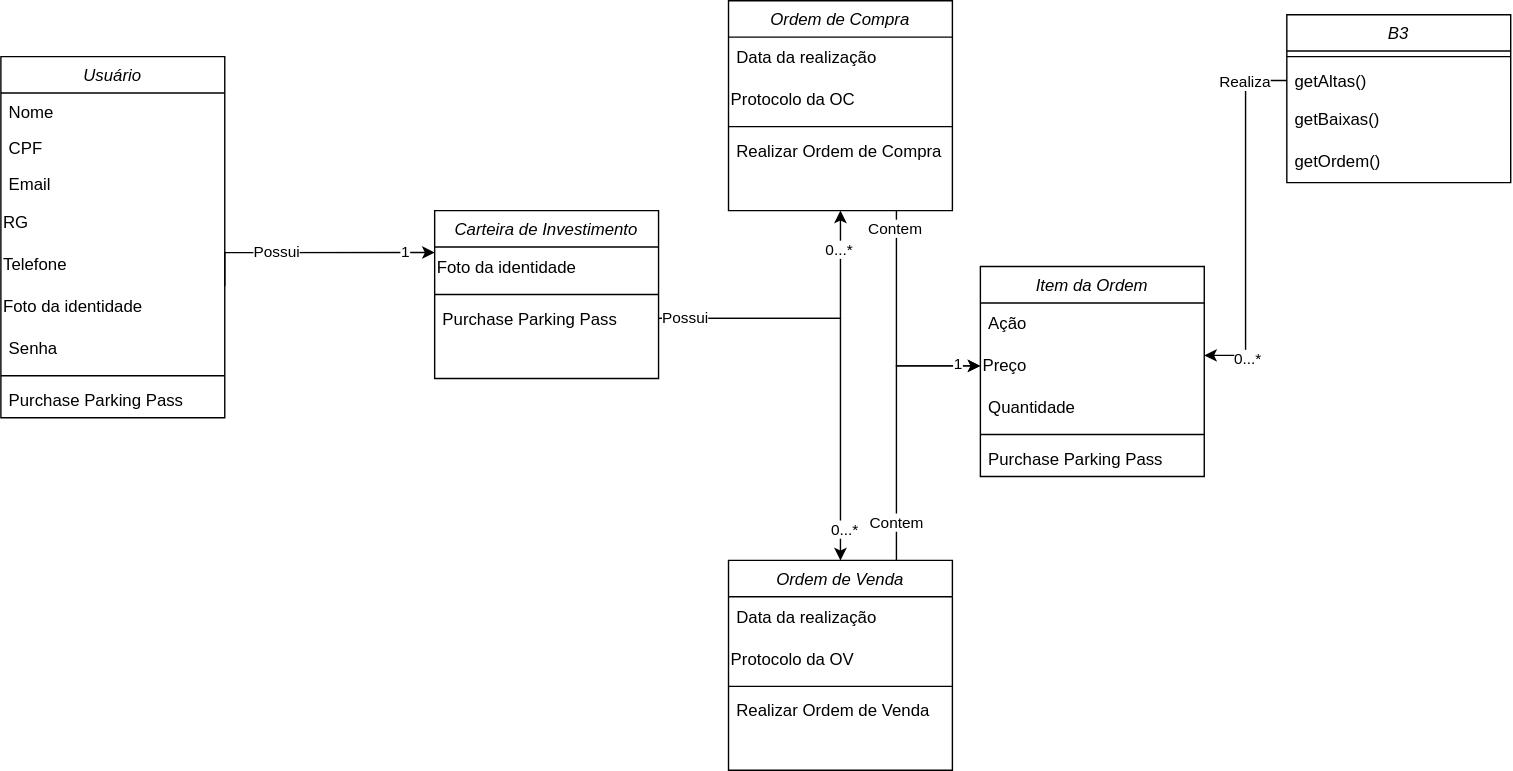
Earlier version of the draw.io export Diagrama de classe.drawio.svg (JesCat16/Projeto01_Modelagem_De_Software). Source tidied: cells renumbered, new cells last; positions are measured from the earlier drawing's top-left corner, leaving out a move shared by most shapes.
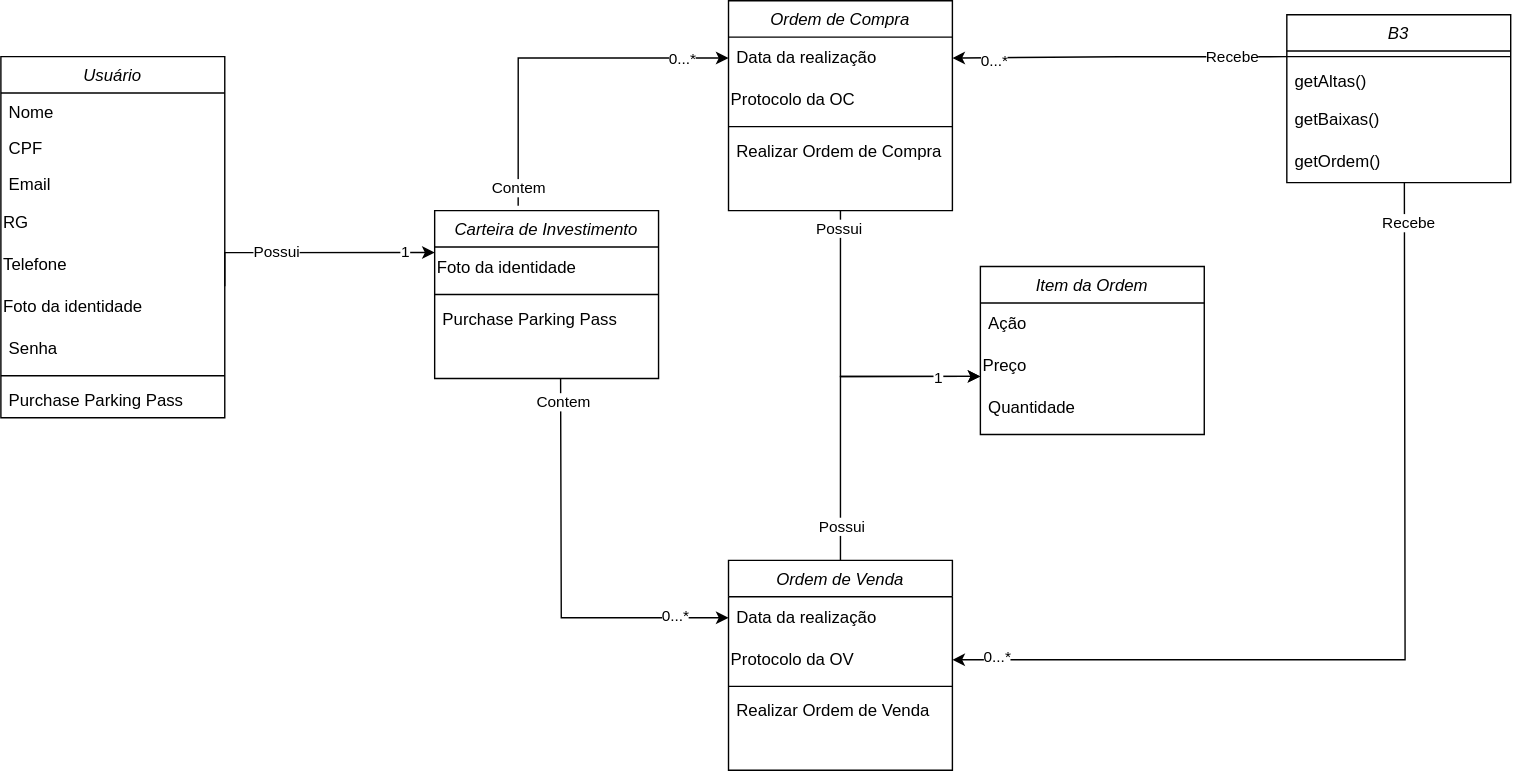
The same diagram one commit later.

Change to the diagram source:
```diff
@@ -44,12 +44,6 @@
     <mxCell id="15" value="Purchase Parking Pass" style="text;align=left;verticalAlign=top;spacingLeft=4;spacingRight=4;overflow=hidden;points=[[0,0.5],[1,0.5]];portConstraint=eastwest;" parent="12" vertex="1">
       <mxGeometry y="64" width="160" height="26" as="geometry" />
     </mxCell>
-    <mxCell id="16" style="edgeStyle=orthogonalEdgeStyle;rounded=0;jettySize=auto;html=1;exitX=0.75;exitY=1;exitDx=0;exitDy=0;entryX=0;entryY=0.5;entryDx=0;entryDy=0;" parent="1" edge="1" source="18" target="25">
-      <mxGeometry relative="1" as="geometry" />
-    </mxCell>
-    <mxCell id="17" value="Contem" style="edgeLabel;html=1;align=center;verticalAlign=middle;" parent="16" vertex="1">
-      <mxGeometry x="-0.86" y="-1" relative="1" as="geometry" />
-    </mxCell>
     <mxCell id="18" value="Ordem de Compra" style="swimlane;fontStyle=2;align=center;verticalAlign=top;horizontal=1;startSize=26;rounded=0;shadow=0;strokeWidth=1;" parent="1" vertex="1">
       <mxGeometry x="520" width="160" height="150" as="geometry" />
     </mxCell>
@@ -66,7 +60,7 @@
       <mxGeometry y="94" width="160" height="26" as="geometry" />
     </mxCell>
     <mxCell id="23" value="Item da Ordem" style="swimlane;fontStyle=2;align=center;verticalAlign=top;horizontal=1;startSize=26;rounded=0;shadow=0;strokeWidth=1;" parent="1" vertex="1">
-      <mxGeometry x="700" y="190" width="160" height="150" as="geometry" />
+      <mxGeometry x="700" y="190" width="160" height="120" as="geometry" />
     </mxCell>
     <mxCell id="24" value="Ação" style="text;strokeColor=none;fillColor=none;align=left;verticalAlign=middle;spacingLeft=4;spacingRight=4;overflow=hidden;whiteSpace=wrap;html=1;" parent="23" vertex="1">
       <mxGeometry y="26" width="160" height="30" as="geometry" />
@@ -77,27 +71,34 @@
     <mxCell id="26" value="Quantidade" style="text;strokeColor=none;fillColor=none;align=left;verticalAlign=middle;spacingLeft=4;spacingRight=4;overflow=hidden;whiteSpace=wrap;html=1;" parent="23" vertex="1">
       <mxGeometry y="86" width="160" height="30" as="geometry" />
     </mxCell>
-    <mxCell id="27" style="line;html=1;strokeWidth=1;align=left;verticalAlign=middle;spacingTop=-1;spacingLeft=3;spacingRight=3;labelPosition=right;" parent="23" vertex="1">
-      <mxGeometry y="116" width="160" height="8" as="geometry" />
-    </mxCell>
-    <mxCell id="28" value="Purchase Parking Pass" style="text;align=left;verticalAlign=top;spacingLeft=4;spacingRight=4;overflow=hidden;" parent="23" vertex="1">
-      <mxGeometry y="124" width="160" height="26" as="geometry" />
-    </mxCell>
-    <mxCell id="29" style="edgeStyle=orthogonalEdgeStyle;rounded=0;jettySize=auto;html=1;exitX=0.75;exitY=0;exitDx=0;exitDy=0;entryX=0;entryY=0.5;entryDx=0;entryDy=0;" parent="1" edge="1" source="32" target="25">
-      <mxGeometry relative="1" as="geometry" />
-    </mxCell>
-    <mxCell id="30" value="1" style="edgeLabel;html=1;align=center;verticalAlign=middle;" parent="29" vertex="1">
-      <mxGeometry x="0.84" y="1" relative="1" as="geometry" />
-    </mxCell>
-    <mxCell id="31" value="Contem" style="edgeLabel;html=1;align=center;verticalAlign=middle;" parent="29" vertex="1">
-      <mxGeometry x="-0.72" relative="1" as="geometry" />
-    </mxCell>
     <mxCell id="32" value="Ordem de Venda" style="swimlane;fontStyle=2;align=center;verticalAlign=top;horizontal=1;startSize=26;rounded=0;shadow=0;strokeWidth=1;" parent="1" vertex="1">
       <mxGeometry x="520" y="400" width="160" height="150" as="geometry" />
     </mxCell>
+    <mxCell id="53" style="edgeStyle=orthogonalEdgeStyle;rounded=0;jettySize=auto;html=1;exitX=0;exitY=0.5;exitDx=0;exitDy=0;startArrow=classic;startFill=1;endArrow=none;endFill=0;" parent="32" edge="1" source="33">
+      <mxGeometry relative="1" as="geometry">
+        <mxPoint x="-120" y="-130" as="targetPoint" />
+      </mxGeometry>
+    </mxCell>
+    <mxCell id="54" value="Contem" style="edgeLabel;html=1;align=center;verticalAlign=middle;" parent="53" vertex="1">
+      <mxGeometry x="0.89" y="-1" relative="1" as="geometry" />
+    </mxCell>
+    <mxCell id="55" value="0...*" style="edgeLabel;html=1;align=center;verticalAlign=middle;" parent="53" vertex="1">
+      <mxGeometry x="-0.74" y="-1" relative="1" as="geometry" />
+    </mxCell>
     <mxCell id="33" value="Data da realização" style="text;strokeColor=none;fillColor=none;align=left;verticalAlign=middle;spacingLeft=4;spacingRight=4;overflow=hidden;points=[[0,0.5],[1,0.5]];portConstraint=eastwest;whiteSpace=wrap;html=1;" parent="32" vertex="1">
       <mxGeometry y="26" width="160" height="30" as="geometry" />
     </mxCell>
+    <mxCell id="56" style="edgeStyle=orthogonalEdgeStyle;rounded=0;jettySize=auto;html=1;exitX=1;exitY=0.5;exitDx=0;exitDy=0;startArrow=classic;startFill=1;endArrow=none;endFill=0;" parent="32" edge="1" source="34">
+      <mxGeometry relative="1" as="geometry">
+        <mxPoint x="483" y="-270" as="targetPoint" />
+      </mxGeometry>
+    </mxCell>
+    <mxCell id="57" value="Recebe" style="edgeLabel;html=1;align=center;verticalAlign=middle;" parent="56" vertex="1">
+      <mxGeometry x="0.92" y="-2" relative="1" as="geometry" />
+    </mxCell>
+    <mxCell id="58" value="0...*" style="edgeLabel;html=1;align=center;verticalAlign=middle;" parent="56" vertex="1">
+      <mxGeometry x="-0.9" y="2" relative="1" as="geometry" />
+    </mxCell>
     <mxCell id="34" value="Protocolo da OV" style="text;html=1;align=left;verticalAlign=middle;whiteSpace=wrap;rounded=0;" parent="32" vertex="1">
       <mxGeometry y="56" width="160" height="30" as="geometry" />
     </mxCell>
@@ -107,6 +108,17 @@
     <mxCell id="36" value="Realizar Ordem de Venda" style="text;align=left;verticalAlign=top;spacingLeft=4;spacingRight=4;overflow=hidden;" parent="32" vertex="1">
       <mxGeometry y="94" width="160" height="26" as="geometry" />
     </mxCell>
+    <mxCell id="59" style="edgeStyle=orthogonalEdgeStyle;rounded=0;jettySize=auto;html=1;exitX=0;exitY=0.25;exitDx=0;exitDy=0;entryX=1;entryY=0.5;entryDx=0;entryDy=0;startArrow=none;startFill=0;endArrow=classic;endFill=1;" parent="1" edge="1" source="37" target="19">
+      <mxGeometry relative="1" as="geometry" />
+    </mxCell>
+    <mxCell id="60" value="Recebe" style="edgeLabel;html=1;align=center;verticalAlign=middle;" parent="59" vertex="1">
+      <mxGeometry x="0.65" relative="1" as="geometry">
+        <mxPoint x="158" y="-1" as="offset" />
+      </mxGeometry>
+    </mxCell>
+    <mxCell id="61" value="0...*" style="edgeLabel;html=1;align=center;verticalAlign=middle;" parent="59" vertex="1">
+      <mxGeometry x="0.75" y="2" relative="1" as="geometry" />
+    </mxCell>
     <mxCell id="37" value="B3" style="swimlane;fontStyle=2;align=center;verticalAlign=top;horizontal=1;startSize=26;rounded=0;shadow=0;strokeWidth=1;" parent="1" vertex="1">
       <mxGeometry x="919" y="10" width="160" height="120" as="geometry" />
     </mxCell>
@@ -131,31 +143,31 @@
     <mxCell id="44" value="1" style="edgeLabel;html=1;align=center;verticalAlign=middle;" parent="42" vertex="1">
       <mxGeometry x="0.75" relative="1" as="geometry" />
     </mxCell>
-    <mxCell id="45" style="edgeStyle=orthogonalEdgeStyle;rounded=0;jettySize=auto;html=1;exitX=1;exitY=0.5;exitDx=0;exitDy=0;entryX=0.5;entryY=0;entryDx=0;entryDy=0;" parent="1" edge="1" source="15" target="32">
-      <mxGeometry relative="1" as="geometry" />
-    </mxCell>
-    <mxCell id="46" value="0...*" style="edgeLabel;html=1;align=center;verticalAlign=middle;" parent="45" vertex="1">
-      <mxGeometry x="0.85" y="3" relative="1" as="geometry" />
-    </mxCell>
-    <mxCell id="47" style="edgeStyle=orthogonalEdgeStyle;rounded=0;jettySize=auto;html=1;exitX=1;exitY=0.5;exitDx=0;exitDy=0;entryX=0.5;entryY=1;entryDx=0;entryDy=0;" parent="1" edge="1" source="15" target="18">
-      <mxGeometry relative="1" as="geometry" />
-    </mxCell>
-    <mxCell id="48" value="Possui" style="edgeLabel;html=1;align=center;verticalAlign=middle;" parent="47" vertex="1">
-      <mxGeometry x="-0.83" relative="1" as="geometry" />
-    </mxCell>
-    <mxCell id="49" value="0...*" style="edgeLabel;html=1;align=center;verticalAlign=middle;" parent="47" vertex="1">
-      <mxGeometry x="0.73" y="1" relative="1" as="geometry" />
-    </mxCell>
-    <mxCell id="50" style="edgeStyle=orthogonalEdgeStyle;rounded=0;jettySize=auto;html=1;exitX=0;exitY=0.5;exitDx=0;exitDy=0;entryX=1;entryY=0.25;entryDx=0;entryDy=0;" parent="1" edge="1" source="39" target="25">
-      <mxGeometry relative="1" as="geometry" />
-    </mxCell>
-    <mxCell id="51" value="Realiza" style="edgeLabel;html=1;align=center;verticalAlign=middle;" parent="50" vertex="1">
-      <mxGeometry x="-0.76" y="-1" relative="1" as="geometry" />
-    </mxCell>
-    <mxCell id="52" value="0...*" style="edgeLabel;html=1;align=center;verticalAlign=middle;" parent="50" vertex="1">
-      <mxGeometry x="0.82" y="2" relative="1" as="geometry">
-        <mxPoint x="7" as="offset" />
-      </mxGeometry>
-    </mxCell>
+    <mxCell id="62" style="edgeStyle=orthogonalEdgeStyle;rounded=0;jettySize=auto;html=1;exitX=0;exitY=0.5;exitDx=0;exitDy=0;entryX=0.373;entryY=-0.029;entryDx=0;entryDy=0;entryPerimeter=0;endArrow=none;endFill=0;startArrow=classic;startFill=1;" parent="1" edge="1" source="19" target="12">
+      <mxGeometry relative="1" as="geometry" />
+    </mxCell>
+    <mxCell id="63" value="Contem" style="edgeLabel;html=1;align=center;verticalAlign=middle;" parent="62" vertex="1">
+      <mxGeometry x="0.9" relative="1" as="geometry" />
+    </mxCell>
+    <mxCell id="64" value="0...*" style="edgeLabel;html=1;align=center;verticalAlign=middle;" parent="62" vertex="1">
+      <mxGeometry x="-0.74" y="1" relative="1" as="geometry" />
+    </mxCell>
+    <mxCell id="65" style="edgeStyle=orthogonalEdgeStyle;rounded=0;jettySize=auto;html=1;exitX=0;exitY=0.75;exitDx=0;exitDy=0;entryX=0.5;entryY=1;entryDx=0;entryDy=0;startArrow=classic;startFill=1;endArrow=none;endFill=0;" parent="1" edge="1" source="25" target="18">
+      <mxGeometry relative="1" as="geometry" />
+    </mxCell>
+    <mxCell id="66" value="Possui" style="edgeLabel;html=1;align=center;verticalAlign=middle;" parent="65" vertex="1">
+      <mxGeometry x="0.88" y="1" relative="1" as="geometry" />
+    </mxCell>
+    <mxCell id="67" style="edgeStyle=orthogonalEdgeStyle;rounded=0;jettySize=auto;html=1;exitX=0;exitY=0.75;exitDx=0;exitDy=0;entryX=0.5;entryY=0;entryDx=0;entryDy=0;startArrow=classic;startFill=1;endArrow=none;endFill=0;" parent="1" edge="1" source="25" target="32">
+      <mxGeometry relative="1" as="geometry" />
+    </mxCell>
+    <mxCell id="68" value="Possui" style="edgeLabel;html=1;align=center;verticalAlign=middle;" parent="67" vertex="1">
+      <mxGeometry x="0.78" y="1" relative="1" as="geometry" />
+    </mxCell>
+    <mxCell id="30" value="1" style="edgeLabel;html=1;align=center;verticalAlign=middle;" parent="67" vertex="1">
+      <mxGeometry x="-0.73" y="1" relative="1" as="geometry">
+        <mxPoint x="1" as="offset" />
+      </mxGeometry>
+    </mxCell>
   </root>
 </mxGraphModel>
```
